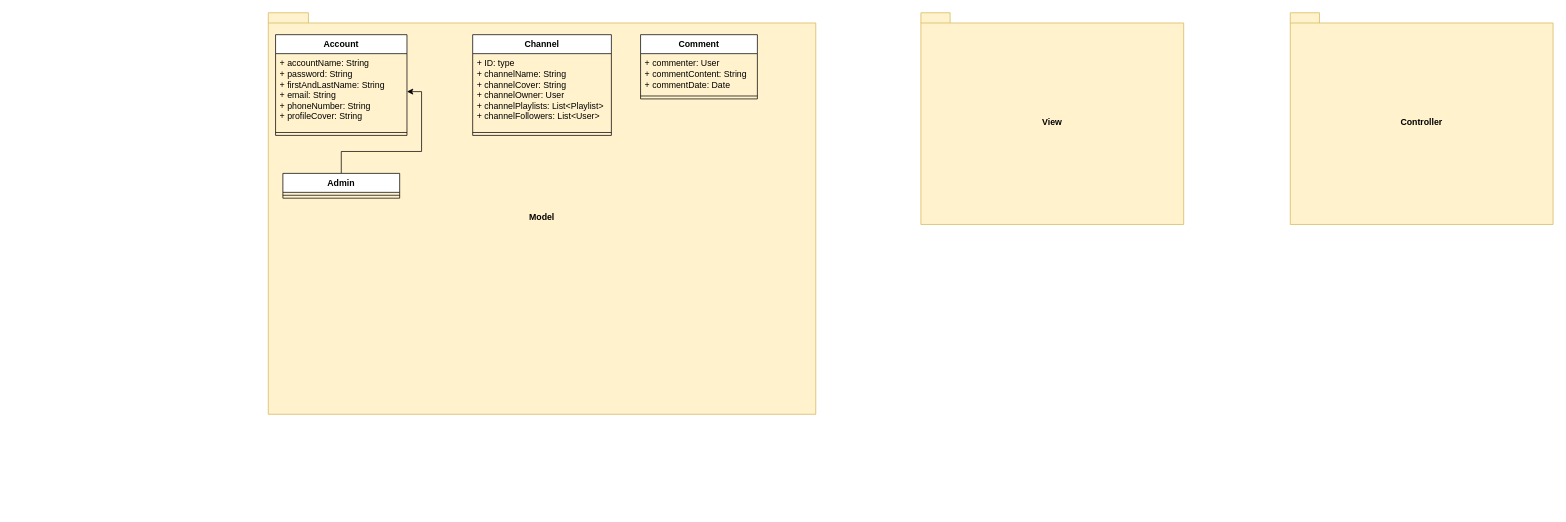
DanDCool/UML-graph-for-the-Video-Player-project keeps this draw.io diagram as Video Player.drawio. Above is the earlier version. Source tidied: cells renumbered, new cells numbered last; positions are measured from the earlier drawing's top-left corner, leaving out a move shared by most shapes. Both pictures are drawn from the tidied source at 73%, with x=0, y=0 at pixel (268, 12).
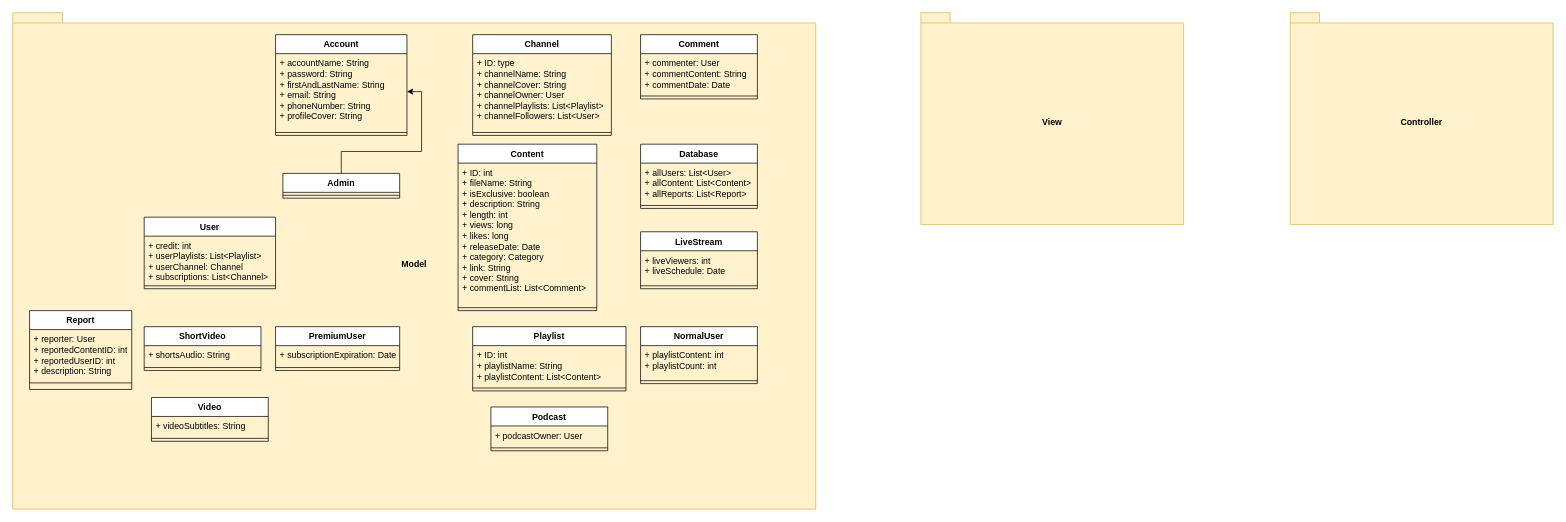
After the change.

Commit message:
Added the rest of Model classes other than Enums

Diff of the diagram source:
```diff
@@
     <mxCell id="2" value="Model" style="shape=folder;fontStyle=1;spacingTop=10;tabWidth=40;tabHeight=14;tabPosition=left;html=1;whiteSpace=wrap;fillColor=#fff2cc;strokeColor=#d6b656;" parent="1" vertex="1">
-      <mxGeometry width="750" height="550" as="geometry" />
+      <mxGeometry x="-350" width="1100" height="680" as="geometry" />
     </mxCell>
@@
+    <mxCell id="17" value="Content&lt;div&gt;&lt;br&gt;&lt;/div&gt;" style="swimlane;fontStyle=1;align=center;verticalAlign=top;horizontal=1;startSize=26;whiteSpace=wrap;html=1;" parent="1" vertex="1">
+      <mxGeometry x="260" y="180" width="190" height="228" as="geometry" />
+    </mxCell>
+    <mxCell id="18" value="+ ID: int&lt;div&gt;+ fileName: String&lt;/div&gt;&lt;div&gt;+ isExclusive: boolean&lt;/div&gt;&lt;div&gt;+ description: String&lt;/div&gt;&lt;div&gt;+ length: int&lt;/div&gt;&lt;div&gt;+ views: long&lt;/div&gt;&lt;div&gt;+ likes: long&lt;/div&gt;&lt;div&gt;+ releaseDate: Date&lt;/div&gt;&lt;div&gt;+ category: Category&lt;/div&gt;&lt;div&gt;+ link: String&lt;/div&gt;&lt;div&gt;+ cover: String&lt;/div&gt;&lt;div&gt;+ commentList: List&amp;lt;Comment&amp;gt;&lt;/div&gt;" style="text;strokeColor=none;fillColor=none;align=left;verticalAlign=top;spacingLeft=4;spacingRight=4;overflow=hidden;whiteSpace=wrap;html=1;" parent="17" vertex="1">
+      <mxGeometry y="26" width="190" height="194" as="geometry" />
+    </mxCell>
+    <mxCell id="19" style="line;strokeWidth=1;fillColor=none;align=left;verticalAlign=middle;spacingTop=-1;spacingLeft=3;spacingRight=3;labelPosition=right;strokeColor=inherit;" parent="17" vertex="1">
+      <mxGeometry y="220" width="190" height="8" as="geometry" />
+    </mxCell>
+    <mxCell id="20" value="Database" style="swimlane;fontStyle=1;align=center;verticalAlign=top;horizontal=1;startSize=26;whiteSpace=wrap;html=1;" parent="1" vertex="1">
+      <mxGeometry x="510" y="180" width="160" height="88" as="geometry" />
+    </mxCell>
+    <mxCell id="21" value="+ allUsers: List&amp;lt;User&amp;gt;&lt;div&gt;+ allContent: List&amp;lt;Content&amp;gt;&lt;/div&gt;&lt;div&gt;+ allReports: List&amp;lt;Report&amp;gt;&lt;/div&gt;" style="text;strokeColor=none;fillColor=none;align=left;verticalAlign=top;spacingLeft=4;spacingRight=4;overflow=hidden;whiteSpace=wrap;html=1;" parent="20" vertex="1">
+      <mxGeometry y="26" width="160" height="54" as="geometry" />
+    </mxCell>
+    <mxCell id="22" style="line;strokeWidth=1;fillColor=none;align=left;verticalAlign=middle;spacingTop=-1;spacingLeft=3;spacingRight=3;labelPosition=right;strokeColor=inherit;" parent="20" vertex="1">
+      <mxGeometry y="80" width="160" height="8" as="geometry" />
+    </mxCell>
+    <mxCell id="23" value="LiveStream" style="swimlane;fontStyle=1;align=center;verticalAlign=top;horizontal=1;startSize=26;whiteSpace=wrap;html=1;" parent="1" vertex="1">
+      <mxGeometry x="510" y="300" width="160" height="78" as="geometry" />
+    </mxCell>
+    <mxCell id="24" value="+ liveViewers: int&lt;div&gt;+ liveSchedule: Date&lt;/div&gt;" style="text;strokeColor=none;fillColor=none;align=left;verticalAlign=top;spacingLeft=4;spacingRight=4;overflow=hidden;whiteSpace=wrap;html=1;" parent="23" vertex="1">
+      <mxGeometry y="26" width="160" height="44" as="geometry" />
+    </mxCell>
+    <mxCell id="25" style="line;strokeWidth=1;fillColor=none;align=left;verticalAlign=middle;spacingTop=-1;spacingLeft=3;spacingRight=3;labelPosition=right;strokeColor=inherit;" parent="23" vertex="1">
+      <mxGeometry y="70" width="160" height="8" as="geometry" />
+    </mxCell>
+    <mxCell id="26" value="NormalUser" style="swimlane;fontStyle=1;align=center;verticalAlign=top;horizontal=1;startSize=26;whiteSpace=wrap;html=1;" parent="1" vertex="1">
+      <mxGeometry x="510" y="430" width="160" height="78" as="geometry" />
+    </mxCell>
+    <mxCell id="27" value="+ playlistContent: int&lt;div&gt;+ playlistCount: int&lt;/div&gt;" style="text;strokeColor=none;fillColor=none;align=left;verticalAlign=top;spacingLeft=4;spacingRight=4;overflow=hidden;whiteSpace=wrap;html=1;" parent="26" vertex="1">
+      <mxGeometry y="26" width="160" height="44" as="geometry" />
+    </mxCell>
+    <mxCell id="28" style="line;strokeWidth=1;fillColor=none;align=left;verticalAlign=middle;spacingTop=-1;spacingLeft=3;spacingRight=3;labelPosition=right;strokeColor=inherit;" parent="26" vertex="1">
+      <mxGeometry y="70" width="160" height="8" as="geometry" />
+    </mxCell>
+    <mxCell id="29" value="Playlist" style="swimlane;fontStyle=1;align=center;verticalAlign=top;horizontal=1;startSize=26;whiteSpace=wrap;html=1;" parent="1" vertex="1">
+      <mxGeometry x="280" y="430" width="210" height="88" as="geometry" />
+    </mxCell>
+    <mxCell id="30" value="+ ID: int&lt;div&gt;+ playlistName: String&lt;/div&gt;&lt;div&gt;+ playlistContent: List&amp;lt;Content&amp;gt;&lt;/div&gt;" style="text;strokeColor=none;fillColor=none;align=left;verticalAlign=top;spacingLeft=4;spacingRight=4;overflow=hidden;whiteSpace=wrap;html=1;" parent="29" vertex="1">
+      <mxGeometry y="26" width="210" height="54" as="geometry" />
+    </mxCell>
+    <mxCell id="31" style="line;strokeWidth=1;fillColor=none;align=left;verticalAlign=middle;spacingTop=-1;spacingLeft=3;spacingRight=3;labelPosition=right;strokeColor=inherit;" parent="29" vertex="1">
+      <mxGeometry y="80" width="210" height="8" as="geometry" />
+    </mxCell>
+    <mxCell id="32" value="Podcast" style="swimlane;fontStyle=1;align=center;verticalAlign=top;horizontal=1;startSize=26;whiteSpace=wrap;html=1;" parent="1" vertex="1">
+      <mxGeometry x="305" y="540" width="160" height="60" as="geometry" />
+    </mxCell>
+    <mxCell id="33" value="+ podcastOwner: User" style="text;strokeColor=none;fillColor=none;align=left;verticalAlign=top;spacingLeft=4;spacingRight=4;overflow=hidden;whiteSpace=wrap;html=1;" parent="32" vertex="1">
+      <mxGeometry y="26" width="160" height="26" as="geometry" />
+    </mxCell>
+    <mxCell id="34" style="line;strokeWidth=1;fillColor=none;align=left;verticalAlign=middle;spacingTop=-1;spacingLeft=3;spacingRight=3;labelPosition=right;strokeColor=inherit;" parent="32" vertex="1">
+      <mxGeometry y="52" width="160" height="8" as="geometry" />
+    </mxCell>
+    <mxCell id="35" value="PremiumUser" style="swimlane;fontStyle=1;align=center;verticalAlign=top;horizontal=1;startSize=26;whiteSpace=wrap;html=1;" parent="1" vertex="1">
+      <mxGeometry x="10" y="430" width="170" height="60" as="geometry" />
+    </mxCell>
+    <mxCell id="36" value="+ subscriptionExpiration: Date" style="text;strokeColor=none;fillColor=none;align=left;verticalAlign=top;spacingLeft=4;spacingRight=4;overflow=hidden;whiteSpace=wrap;html=1;" parent="35" vertex="1">
+      <mxGeometry y="26" width="170" height="26" as="geometry" />
+    </mxCell>
+    <mxCell id="37" style="line;strokeWidth=1;fillColor=none;align=left;verticalAlign=middle;spacingTop=-1;spacingLeft=3;spacingRight=3;labelPosition=right;strokeColor=inherit;" parent="35" vertex="1">
+      <mxGeometry y="52" width="170" height="8" as="geometry" />
+    </mxCell>
+    <mxCell id="38" value="Report" style="swimlane;fontStyle=1;align=center;verticalAlign=top;horizontal=1;startSize=26;whiteSpace=wrap;html=1;" parent="1" vertex="1">
+      <mxGeometry x="-327" y="408" width="140" height="108" as="geometry" />
+    </mxCell>
+    <mxCell id="39" value="+ reporter: User&lt;div&gt;+ reportedContentID: int&lt;/div&gt;&lt;div&gt;+ reportedUserID: int&lt;/div&gt;&lt;div&gt;+ description: String&lt;/div&gt;" style="text;strokeColor=none;fillColor=none;align=left;verticalAlign=top;spacingLeft=4;spacingRight=4;overflow=hidden;whiteSpace=wrap;html=1;" parent="38" vertex="1">
+      <mxGeometry y="26" width="140" height="64" as="geometry" />
+    </mxCell>
+    <mxCell id="40" style="line;strokeWidth=1;fillColor=none;align=left;verticalAlign=middle;spacingTop=-1;spacingLeft=3;spacingRight=3;labelPosition=right;strokeColor=inherit;" parent="38" vertex="1">
+      <mxGeometry y="90" width="140" height="18" as="geometry" />
+    </mxCell>
+    <mxCell id="41" value="ShortVideo" style="swimlane;fontStyle=1;align=center;verticalAlign=top;horizontal=1;startSize=26;whiteSpace=wrap;html=1;" parent="1" vertex="1">
+      <mxGeometry x="-170" y="430" width="160" height="60" as="geometry" />
+    </mxCell>
+    <mxCell id="42" value="+ shortsAudio: String" style="text;strokeColor=none;fillColor=none;align=left;verticalAlign=top;spacingLeft=4;spacingRight=4;overflow=hidden;whiteSpace=wrap;html=1;" parent="41" vertex="1">
+      <mxGeometry y="26" width="160" height="26" as="geometry" />
+    </mxCell>
+    <mxCell id="43" style="line;strokeWidth=1;fillColor=none;align=left;verticalAlign=middle;spacingTop=-1;spacingLeft=3;spacingRight=3;labelPosition=right;strokeColor=inherit;" parent="41" vertex="1">
+      <mxGeometry y="52" width="160" height="8" as="geometry" />
+    </mxCell>
+    <mxCell id="44" value="User" style="swimlane;fontStyle=1;align=center;verticalAlign=top;horizontal=1;startSize=26;whiteSpace=wrap;html=1;" parent="1" vertex="1">
+      <mxGeometry x="-170" y="280" width="180" height="98" as="geometry" />
+    </mxCell>
+    <mxCell id="45" value="+ credit: int&lt;div&gt;+ userPlaylists: List&amp;lt;Playlist&amp;gt;&lt;/div&gt;&lt;div&gt;+ userChannel: Channel&lt;/div&gt;&lt;div&gt;+ subscriptions: List&amp;lt;Channel&amp;gt;&lt;/div&gt;" style="text;strokeColor=none;fillColor=none;align=left;verticalAlign=top;spacingLeft=4;spacingRight=4;overflow=hidden;whiteSpace=wrap;html=1;" parent="44" vertex="1">
+      <mxGeometry y="26" width="180" height="64" as="geometry" />
+    </mxCell>
+    <mxCell id="46" style="line;strokeWidth=1;fillColor=none;align=left;verticalAlign=middle;spacingTop=-1;spacingLeft=3;spacingRight=3;labelPosition=right;strokeColor=inherit;" parent="44" vertex="1">
+      <mxGeometry y="90" width="180" height="8" as="geometry" />
+    </mxCell>
+    <mxCell id="47" value="Video" style="swimlane;fontStyle=1;align=center;verticalAlign=top;horizontal=1;startSize=26;whiteSpace=wrap;html=1;" parent="1" vertex="1">
+      <mxGeometry x="-160" y="527" width="160" height="60" as="geometry" />
+    </mxCell>
+    <mxCell id="48" value="+ videoSubtitles: String" style="text;strokeColor=none;fillColor=none;align=left;verticalAlign=top;spacingLeft=4;spacingRight=4;overflow=hidden;whiteSpace=wrap;html=1;" parent="47" vertex="1">
+      <mxGeometry y="26" width="160" height="26" as="geometry" />
+    </mxCell>
+    <mxCell id="49" style="line;strokeWidth=1;fillColor=none;align=left;verticalAlign=middle;spacingTop=-1;spacingLeft=3;spacingRight=3;labelPosition=right;strokeColor=inherit;" parent="47" vertex="1">
+      <mxGeometry y="52" width="160" height="8" as="geometry" />
+    </mxCell>
```
